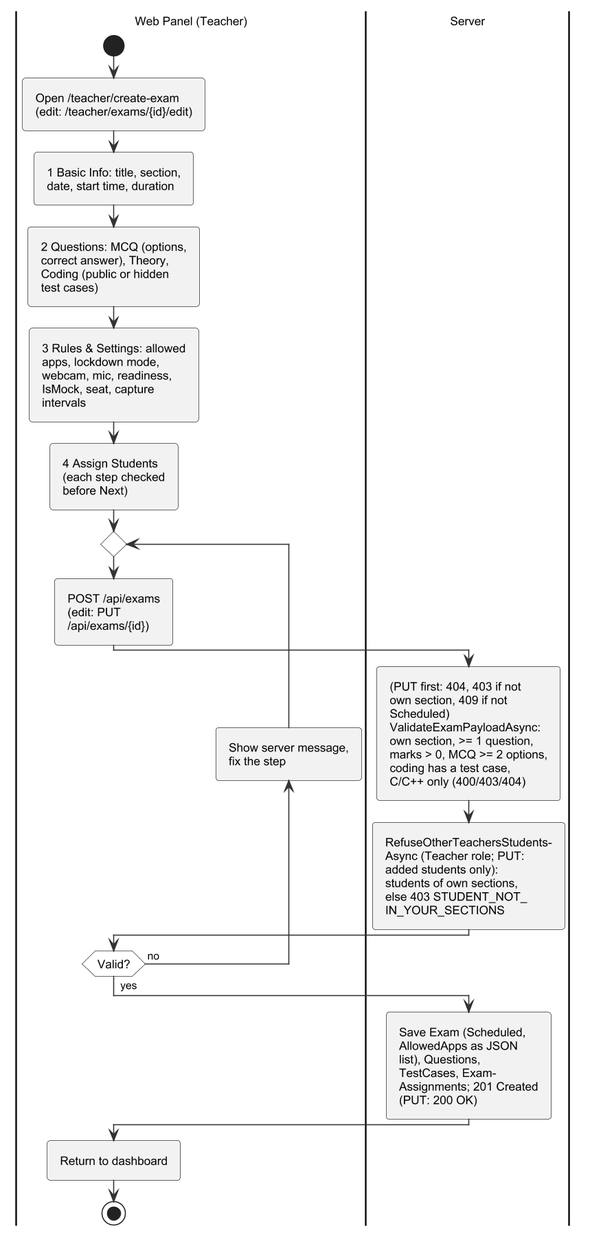
Earlier version of the PlantUML export important docs/fyp_doc_3chatp/Figures/activity_config.png (Haiderali27-hub/AI-Lab-Monitoring-).
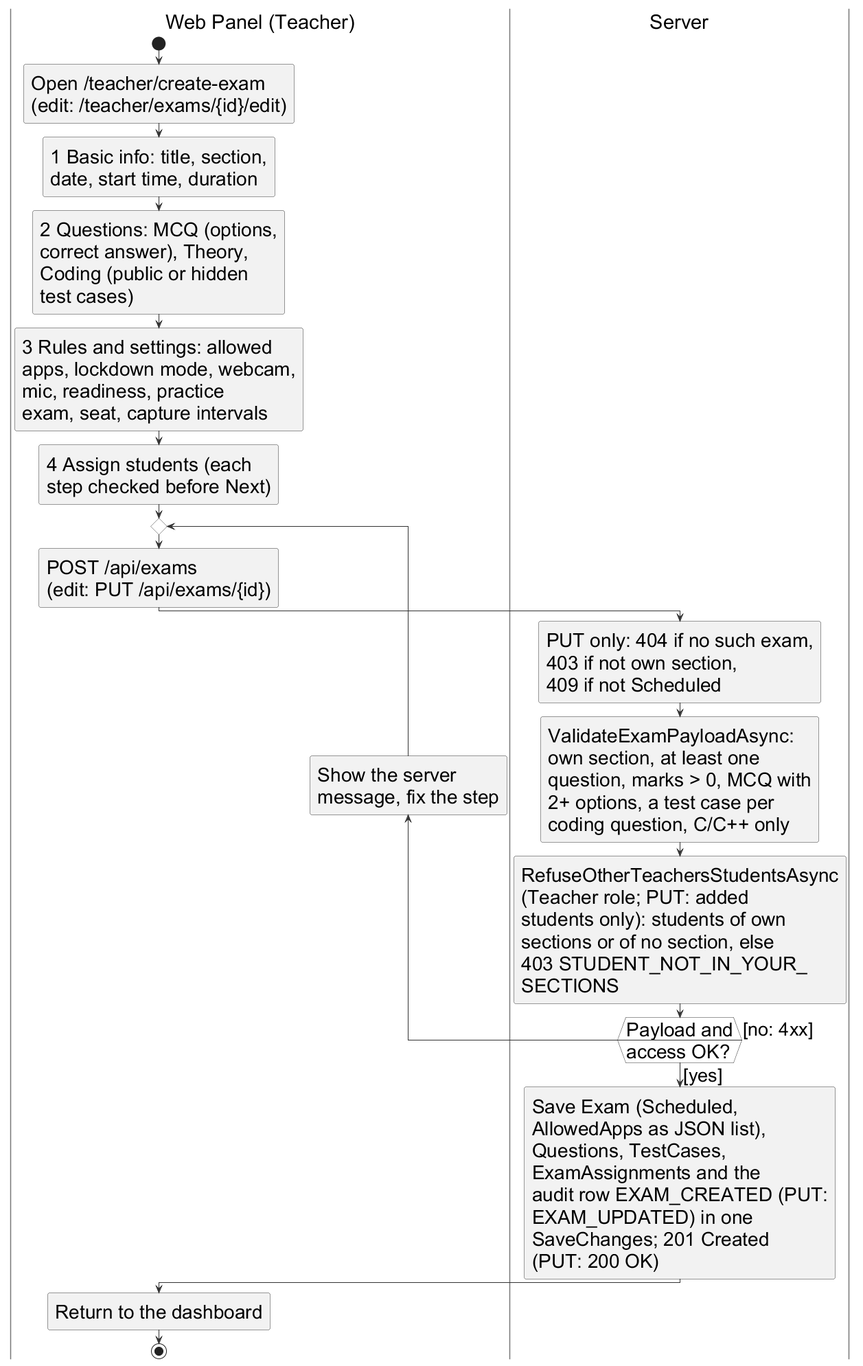
Above is the later version.

Diff of the diagram source:
```diff
@@ -1,24 +1,62 @@
 @startuml
 !include style.iuml
+skinparam dpi 96
+skinparam defaultFontSize 28
+skinparam ArrowFontSize 27
+skinparam padding 1
+skinparam swimlane {
+  BorderColor #777777
+  TitleFontSize 29
+}
 
 |Web Panel (Teacher)|
 start
-:Open /teacher/create-exam\n(edit: /teacher/exams/{id}/edit);
-:1 Basic Info: title, section,\ndate, start time, duration;
-:2 Questions: MCQ (options,\ncorrect answer), Theory,\nCoding (public or hidden\ntest cases);
-:3 Rules & Settings: allowed\napps, lockdown mode,\nwebcam, mic, readiness,\nIsMock, seat, capture\nintervals;
-:4 Assign Students\n(each step checked\nbefore Next);
+:Open /teacher/create-exam
+(edit: /teacher/exams/{id}/edit);
+:1 Basic info: title, section,
+date, start time, duration;
+:2 Questions: MCQ (options,
+correct answer), Theory,
+Coding (public or hidden
+test cases);
+:3 Rules and settings: allowed
+apps, lockdown mode, webcam,
+mic, readiness, practice
+exam, seat, capture intervals;
+:4 Assign students (each
+step checked before Next);
 repeat
-  :POST /api/exams\n(edit: PUT\n/api/exams/{id});
+  :POST /api/exams
+  (edit: PUT /api/exams/{id});
   |Server|
-  :(PUT first: 404, 403 if not\nown section, 409 if not\nScheduled)\nValidateExamPayloadAsync:\nown section, >= 1 question,\nmarks > 0, MCQ >= 2 options,\ncoding has a test case,\nC/C++ only (400/403/404);
-  :RefuseOtherTeachersStudents-\nAsync (Teacher role; PUT:\nadded students only):\nstudents of own sections,\nelse 403 STUDENT_NOT_\nIN_YOUR_SECTIONS;
+  :PUT only: 404 if no such exam,
+  403 if not own section,
+  409 if not Scheduled;
+  :ValidateExamPayloadAsync:
+  own section, at least one
+  question, marks > 0, MCQ with
+  2+ options, a test case per
+  coding question, C/C++ only;
+  :RefuseOtherTeachersStudentsAsync
+  (Teacher role; PUT: added
+  students only): students of own
+  sections or of no section, else
+  403 STUDENT_NOT_IN_YOUR_
+  SECTIONS;
   |Web Panel (Teacher)|
-backward :Show server message,\nfix the step;
-repeat while (Valid?) is (no) not (yes)
-|Server|
-:Save Exam (Scheduled,\nAllowedApps as JSON\nlist), Questions,\nTestCases, Exam-\nAssignments; 201 Created\n(PUT: 200 OK);
+  backward :Show the server
+  message, fix the step;
+  |Server|
+repeat while (Payload and\naccess OK?) is ([no: 4xx]) not ([yes])
+:Save Exam (Scheduled,
+AllowedApps as JSON list),
+Questions, TestCases,
+ExamAssignments and the
+audit row EXAM_CREATED (PUT:
+EXAM_UPDATED) in one
+SaveChanges; 201 Created
+(PUT: 200 OK);
 |Web Panel (Teacher)|
-:Return to dashboard;
+:Return to the dashboard;
 stop
 @enduml
```
